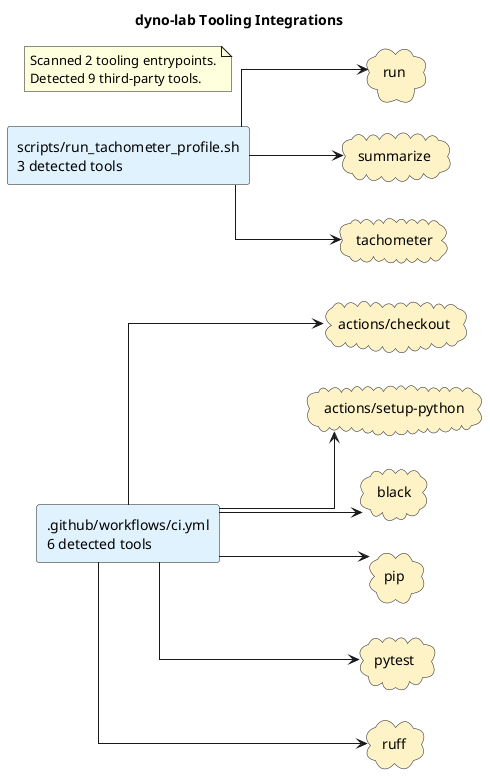
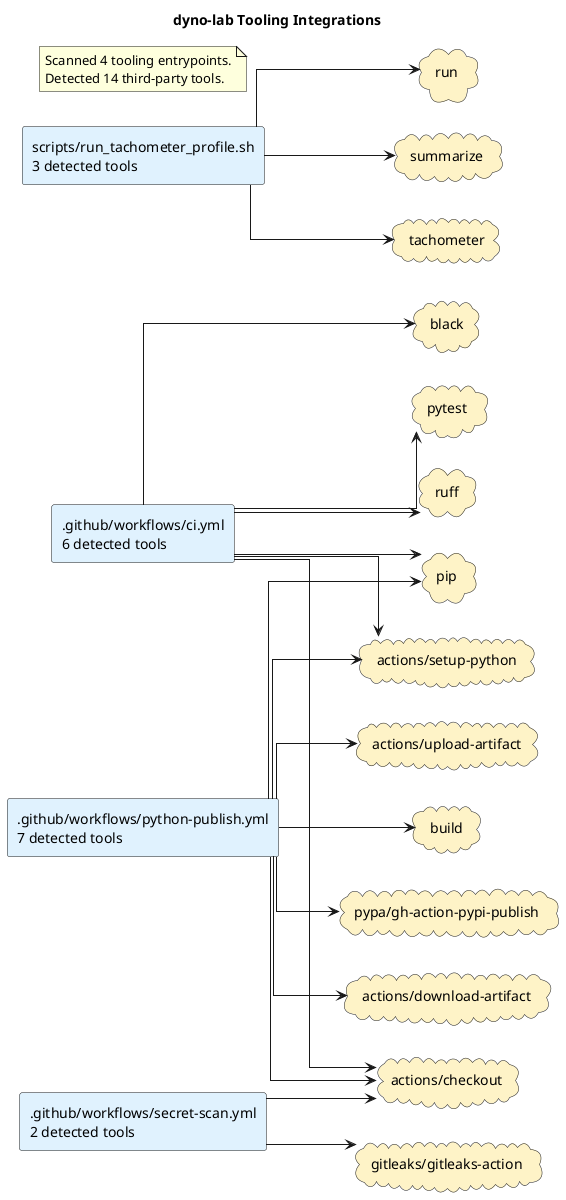
@startuml
title dyno-lab Tooling Integrations
left to right direction
skinparam shadowing false
skinparam defaultFontName Monospace
skinparam componentStyle rectangle
skinparam linetype ortho
rectangle ".github/workflows/ci.yml\n6 detected tools" as source_github_workflows_ci_yml #E0F2FE
+ rectangle ".github/workflows/python-publish.yml\n7 detected tools" as source_github_workflows_python_publish_yml #E0F2FE
+ rectangle ".github/workflows/secret-scan.yml\n2 detected tools" as source_github_workflows_secret_scan_yml #E0F2FE
rectangle "scripts/run_tachometer_profile.sh\n3 detected tools" as source_scripts_run_tachometer_profile_sh #E0F2FE
cloud "actions/checkout" as tool_actions_checkout #FEF3C7
+ cloud "actions/download-artifact" as tool_actions_download_artifact #FEF3C7
cloud "actions/setup-python" as tool_actions_setup_python #FEF3C7
+ cloud "actions/upload-artifact" as tool_actions_upload_artifact #FEF3C7
cloud "black" as tool_black #FEF3C7
+ cloud "build" as tool_build #FEF3C7
+ cloud "gitleaks/gitleaks-action" as tool_gitleaks_gitleaks_action #FEF3C7
cloud "pip" as tool_pip #FEF3C7
+ cloud "pypa/gh-action-pypi-publish" as tool_pypa_gh_action_pypi_publish #FEF3C7
cloud "pytest" as tool_pytest #FEF3C7
cloud "ruff" as tool_ruff #FEF3C7
cloud "run" as tool_run #FEF3C7
cloud "summarize" as tool_summarize #FEF3C7
cloud "tachometer" as tool_tachometer #FEF3C7
source_github_workflows_ci_yml --> tool_actions_checkout
source_github_workflows_ci_yml --> tool_actions_setup_python
source_github_workflows_ci_yml --> tool_black
source_github_workflows_ci_yml --> tool_pip
source_github_workflows_ci_yml --> tool_pytest
source_github_workflows_ci_yml --> tool_ruff
+ source_github_workflows_python_publish_yml --> tool_actions_checkout
+ source_github_workflows_python_publish_yml --> tool_actions_download_artifact
+ source_github_workflows_python_publish_yml --> tool_actions_setup_python
+ source_github_workflows_python_publish_yml --> tool_actions_upload_artifact
+ source_github_workflows_python_publish_yml --> tool_build
+ source_github_workflows_python_publish_yml --> tool_pip
+ source_github_workflows_python_publish_yml --> tool_pypa_gh_action_pypi_publish
+ source_github_workflows_secret_scan_yml --> tool_actions_checkout
+ source_github_workflows_secret_scan_yml --> tool_gitleaks_gitleaks_action
source_scripts_run_tachometer_profile_sh --> tool_run
source_scripts_run_tachometer_profile_sh --> tool_summarize
source_scripts_run_tachometer_profile_sh --> tool_tachometer
note as toolingGraphSummary
- Scanned 2 tooling entrypoints.
- Detected 9 third-party tools.
+ Scanned 4 tooling entrypoints.
+ Detected 14 third-party tools.
end note
@enduml
